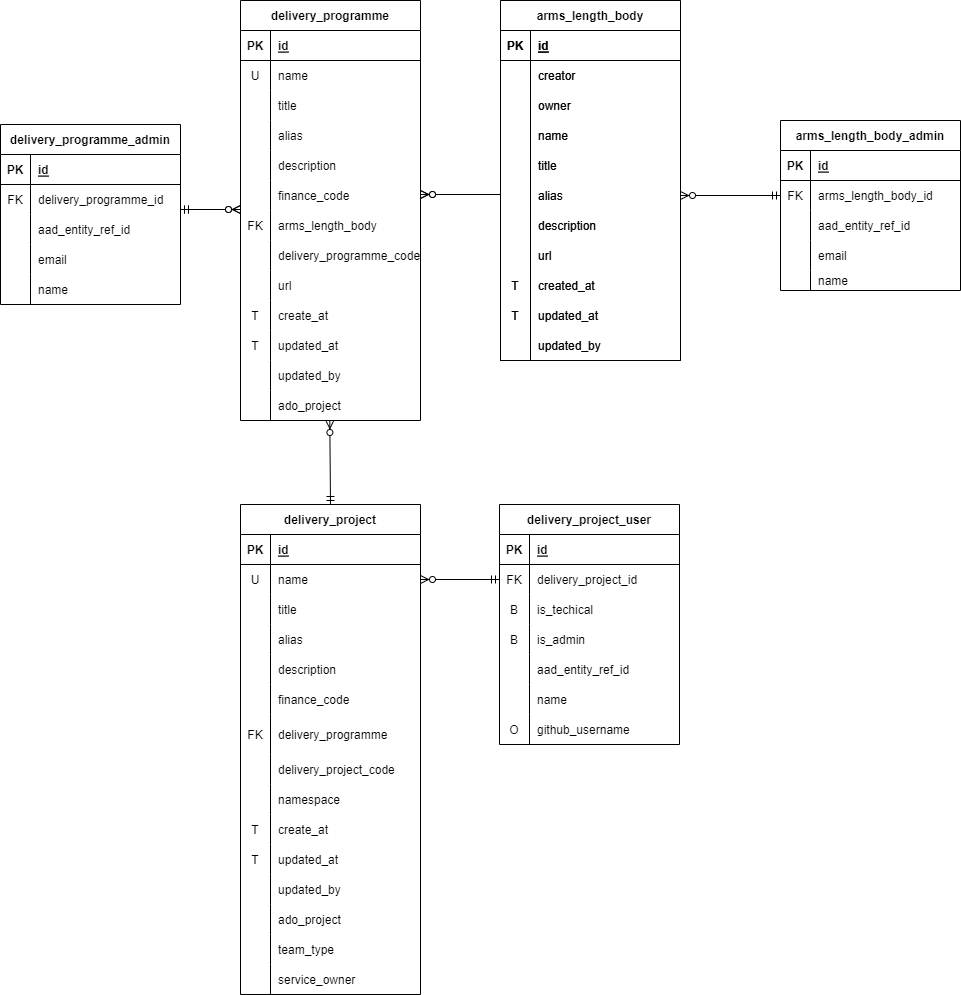
DEFRA/adp-documentation keeps this draw.io diagram as docs/images/diagrams/portal-db.png. Above is the earlier version. Source tidied: cells renumbered, new cells last; positions are measured from the earlier drawing's top-left corner, leaving out a move shared by most shapes.
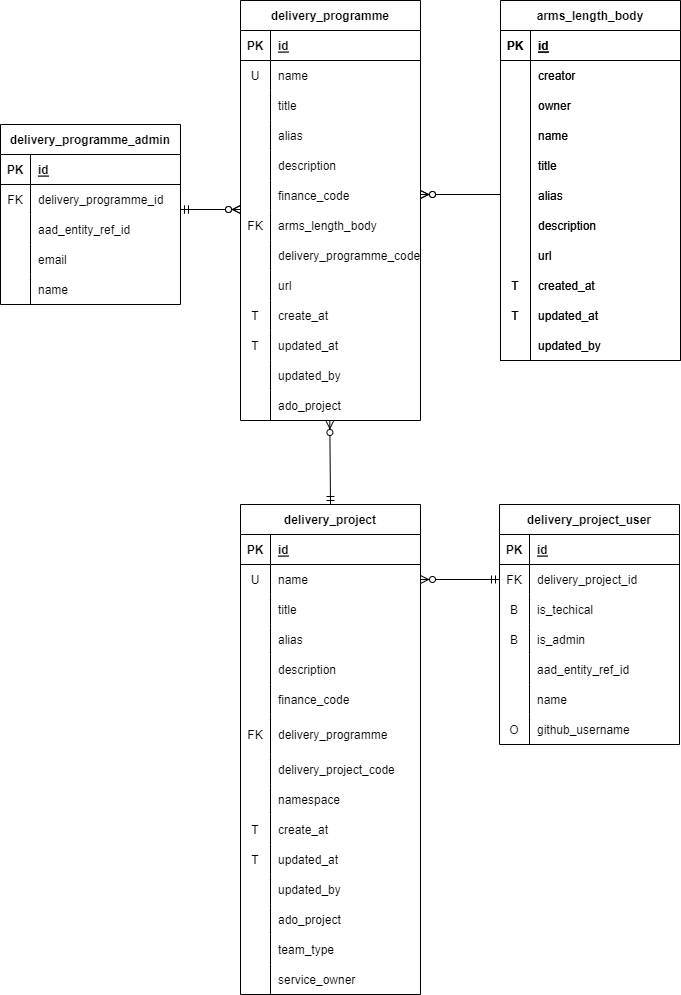
After the change.

What changed in the source:
```diff
@@ -610,56 +610,5 @@
     <mxCell id="199" value="ado_project" style="shape=partialRectangle;fillColor=none;top=0;left=0;bottom=0;right=0;align=left;spacingLeft=6;overflow=hidden;fontColor=#000000;" parent="197" vertex="1">
       <mxGeometry x="30" width="150" height="30" as="geometry" />
     </mxCell>
-    <mxCell id="200" value="arms_length_body_admin" style="shape=table;startSize=30;rowLines=0;fontStyle=1;align=center;strokeColor=#000000;fontColor=#000000;fillColor=#FFFFFF;" parent="1" vertex="1">
-      <mxGeometry x="780" y="120" width="180" height="170" as="geometry" />
-    </mxCell>
-    <mxCell id="201" style="shape=tableRow;horizontal=0;startSize=0;swimlaneHead=0;swimlaneBody=0;fillColor=none;top=0;left=0;right=0;bottom=1;fontColor=#000000;" parent="200" vertex="1">
-      <mxGeometry y="30" width="180" height="30" as="geometry" />
-    </mxCell>
-    <mxCell id="202" value="PK" style="shape=partialRectangle;fillColor=none;top=0;left=0;bottom=0;right=0;fontStyle=1;overflow=hidden;fontColor=#000000;" parent="201" vertex="1">
-      <mxGeometry width="30" height="30" as="geometry" />
-    </mxCell>
-    <mxCell id="203" value="id" style="shape=partialRectangle;fillColor=none;top=0;left=0;bottom=0;right=0;align=left;spacingLeft=6;fontStyle=5;overflow=hidden;fontColor=#000000;" parent="201" vertex="1">
-      <mxGeometry x="30" width="150" height="30" as="geometry" />
-    </mxCell>
-    <mxCell id="204" style="shape=tableRow;horizontal=0;startSize=0;swimlaneHead=0;swimlaneBody=0;fillColor=none;points=[[0,0.5],[1,0.5]];portConstraint=eastwest;top=0;left=0;right=0;bottom=0;fontColor=#000000;" parent="200" vertex="1">
-      <mxGeometry y="60" width="180" height="30" as="geometry" />
-    </mxCell>
-    <mxCell id="205" value="FK" style="shape=partialRectangle;fillColor=none;top=0;left=0;bottom=0;right=0;overflow=hidden;fontColor=#000000;" parent="204" vertex="1">
-      <mxGeometry width="30" height="30" as="geometry" />
-    </mxCell>
-    <mxCell id="206" value="arms_length_body_id" style="shape=partialRectangle;fillColor=none;top=0;left=0;bottom=0;right=0;align=left;spacingLeft=6;overflow=hidden;fontColor=#000000;" parent="204" vertex="1">
-      <mxGeometry x="30" width="150" height="30" as="geometry" />
-    </mxCell>
-    <mxCell id="207" style="shape=tableRow;horizontal=0;startSize=0;swimlaneHead=0;swimlaneBody=0;fillColor=none;top=0;left=0;right=0;bottom=0;fontColor=#000000;" parent="200" vertex="1">
-      <mxGeometry y="90" width="180" height="30" as="geometry" />
-    </mxCell>
-    <mxCell id="208" style="shape=partialRectangle;fillColor=none;top=0;left=0;bottom=0;right=0;overflow=hidden;fontColor=#000000;" parent="207" vertex="1">
-      <mxGeometry width="30" height="30" as="geometry" />
-    </mxCell>
-    <mxCell id="209" value="aad_entity_ref_id" style="shape=partialRectangle;fillColor=none;top=0;left=0;bottom=0;right=0;align=left;spacingLeft=6;overflow=hidden;fontColor=#000000;" parent="207" vertex="1">
-      <mxGeometry x="30" width="150" height="30" as="geometry" />
-    </mxCell>
-    <mxCell id="210" style="shape=tableRow;horizontal=0;startSize=0;swimlaneHead=0;swimlaneBody=0;fillColor=none;top=0;left=0;right=0;bottom=0;fontColor=#000000;" parent="200" vertex="1">
-      <mxGeometry y="120" width="180" height="30" as="geometry" />
-    </mxCell>
-    <mxCell id="211" style="shape=partialRectangle;fillColor=none;top=0;left=0;bottom=0;right=0;overflow=hidden;fontColor=#000000;" parent="210" vertex="1">
-      <mxGeometry width="30" height="30" as="geometry" />
-    </mxCell>
-    <mxCell id="212" value="email" style="shape=partialRectangle;fillColor=none;top=0;left=0;bottom=0;right=0;align=left;spacingLeft=6;overflow=hidden;fontColor=#000000;" parent="210" vertex="1">
-      <mxGeometry x="30" width="150" height="30" as="geometry" />
-    </mxCell>
-    <mxCell id="213" style="shape=tableRow;horizontal=0;startSize=0;swimlaneHead=0;swimlaneBody=0;fillColor=none;top=0;left=0;right=0;bottom=0;fontColor=#000000;" parent="200" vertex="1">
-      <mxGeometry y="150" width="180" height="20" as="geometry" />
-    </mxCell>
-    <mxCell id="214" style="shape=partialRectangle;fillColor=none;top=0;left=0;bottom=0;right=0;overflow=hidden;fontColor=#000000;" parent="213" vertex="1">
-      <mxGeometry width="30" height="20" as="geometry" />
-    </mxCell>
-    <mxCell id="215" value="name" style="shape=partialRectangle;fillColor=none;top=0;left=0;bottom=0;right=0;align=left;spacingLeft=6;overflow=hidden;fontColor=#000000;" parent="213" vertex="1">
-      <mxGeometry x="30" width="150" height="20" as="geometry" />
-    </mxCell>
-    <mxCell id="216" style="fontSize=12;html=1;endArrow=ERzeroToMany;startArrow=ERmandOne;exitX=0;exitY=0.5;exitDx=0;exitDy=0;entryX=1;entryY=0.5;entryDx=0;entryDy=0;strokeColor=#000000;fontColor=#000000;" parent="1" edge="1" source="204" target="124">
-      <mxGeometry relative="1" as="geometry" />
-    </mxCell>
   </root>
 </mxGraphModel>
```
